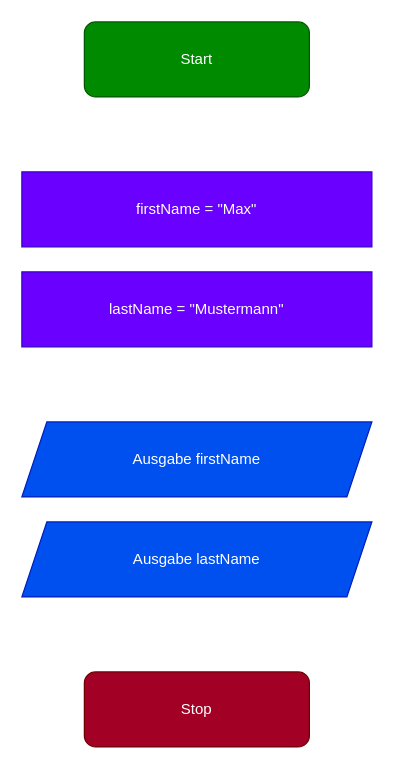
This is page "PAP2" (2 of 2) of pap.drawio from CC-Crazy-Students-Community/01_Variablen, a draw.io file, before an edit. Source tidied: cells renumbered, new cells numbered last; positions are measured from the earlier drawing's top-left corner, leaving out a move shared by most shapes. Both pictures are drawn from the tidied source at 125%, with x=0, y=0 at pixel (21, 21).
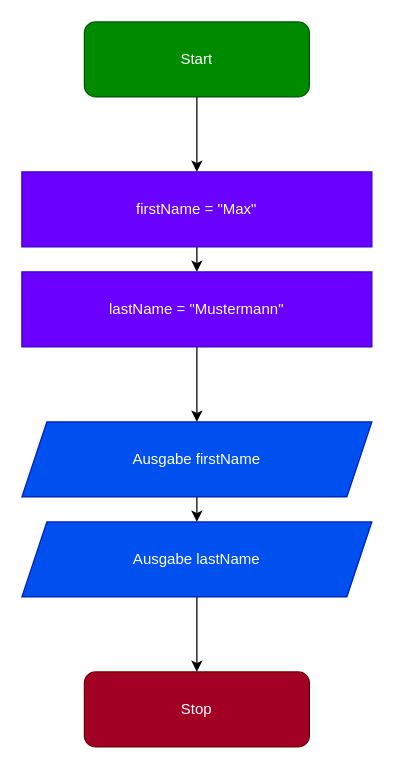
Above is the later version.

Diff of the diagram source:
```diff
@@
 <mxGraphModel>
   <root>
     <mxCell id="0" />
     <mxCell id="1" parent="0" />
+    <mxCell id="8" style="edgeStyle=none;html=1;" parent="1" edge="1" source="2" target="4">
+      <mxGeometry relative="1" as="geometry" />
+    </mxCell>
     <mxCell id="2" value="Start" style="rounded=1;whiteSpace=wrap;html=1;fillColor=#008a00;fontColor=#ffffff;strokeColor=#005700;" parent="1" vertex="1">
       <mxGeometry x="50" width="180" height="60" as="geometry" />
     </mxCell>
     <mxCell id="3" value="Stop" style="rounded=1;whiteSpace=wrap;html=1;fillColor=#a20025;fontColor=#ffffff;strokeColor=#6F0000;" parent="1" vertex="1">
       <mxGeometry x="50" y="520" width="180" height="60" as="geometry" />
     </mxCell>
+    <mxCell id="9" style="edgeStyle=none;html=1;" parent="1" edge="1" source="4" target="5">
+      <mxGeometry relative="1" as="geometry" />
+    </mxCell>
     <mxCell id="4" value="firstName = &quot;Max&quot;" style="rounded=0;whiteSpace=wrap;html=1;fillColor=#6a00ff;fontColor=#ffffff;strokeColor=#3700CC;" parent="1" vertex="1">
       <mxGeometry y="120" width="280" height="60" as="geometry" />
     </mxCell>
+    <mxCell id="10" style="edgeStyle=none;html=1;" parent="1" edge="1" source="5" target="6">
+      <mxGeometry relative="1" as="geometry" />
+    </mxCell>
     <mxCell id="5" value="lastName = &quot;Mustermann&quot;" style="rounded=0;whiteSpace=wrap;html=1;glass=0;shadow=0;fillColor=#6a00ff;fontColor=#ffffff;strokeColor=#3700CC;" parent="1" vertex="1">
       <mxGeometry y="200" width="280" height="60" as="geometry" />
     </mxCell>
+    <mxCell id="11" style="edgeStyle=none;html=1;" parent="1" edge="1" source="6" target="7">
+      <mxGeometry relative="1" as="geometry" />
+    </mxCell>
     <mxCell id="6" value="Ausgabe firstName" style="shape=parallelogram;perimeter=parallelogramPerimeter;whiteSpace=wrap;html=1;fixedSize=1;rounded=0;shadow=0;glass=0;fillColor=#0050ef;fontColor=#ffffff;strokeColor=#001DBC;" parent="1" vertex="1">
       <mxGeometry y="320" width="280" height="60" as="geometry" />
     </mxCell>
+    <mxCell id="12" style="edgeStyle=none;html=1;" parent="1" edge="1" source="7" target="3">
+      <mxGeometry relative="1" as="geometry" />
+    </mxCell>
     <mxCell id="7" value="Ausgabe lastName" style="shape=parallelogram;perimeter=parallelogramPerimeter;whiteSpace=wrap;html=1;fixedSize=1;rounded=0;shadow=0;glass=0;fillColor=#0050ef;fontColor=#ffffff;strokeColor=#001DBC;" parent="1" vertex="1">
       <mxGeometry y="400" width="280" height="60" as="geometry" />
     </mxCell>
   </root>
 </mxGraphModel>
```
